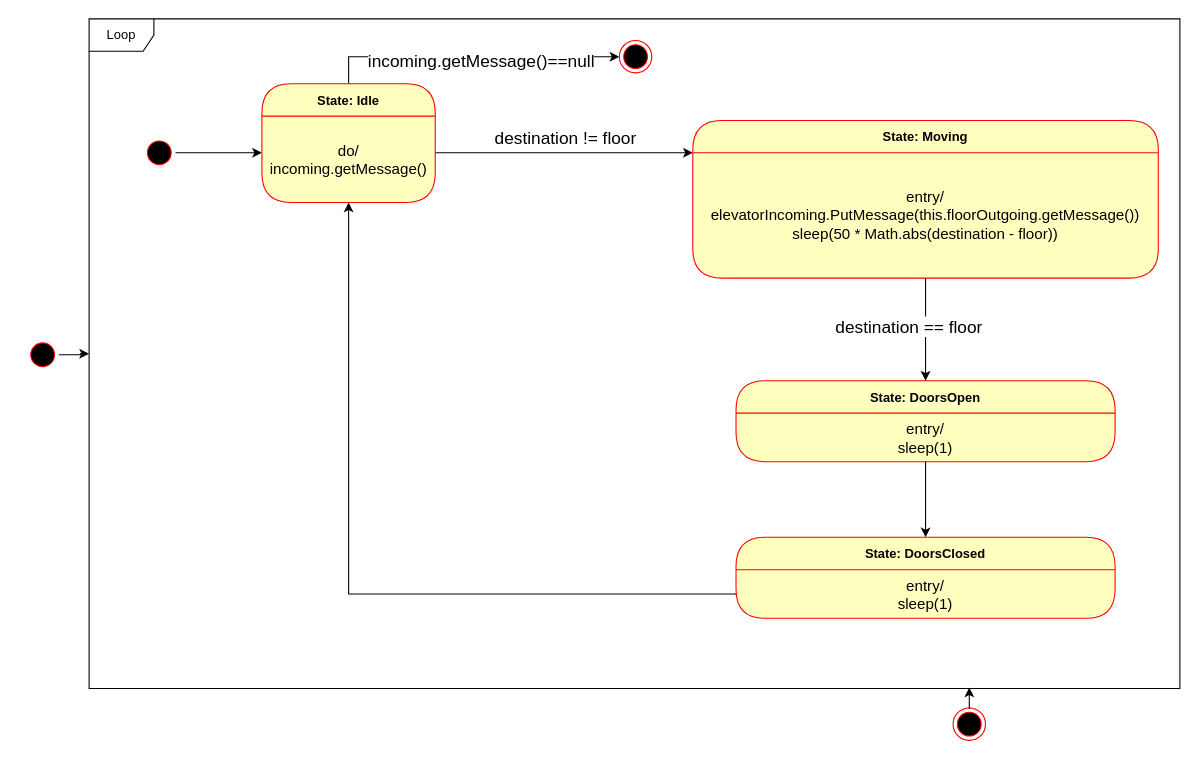
GAchuzia/groupProject-SYSC3303 keeps this draw.io diagram as I2/ElevatorSubsystemStateMachine.drawio. Above is the earlier version. Source tidied: cells renumbered, new cells numbered last; positions are measured from the earlier drawing's top-left corner, leaving out a move shared by most shapes. Both pictures are drawn from the tidied source at 108%, with x=0, y=0 at pixel (26, 18).
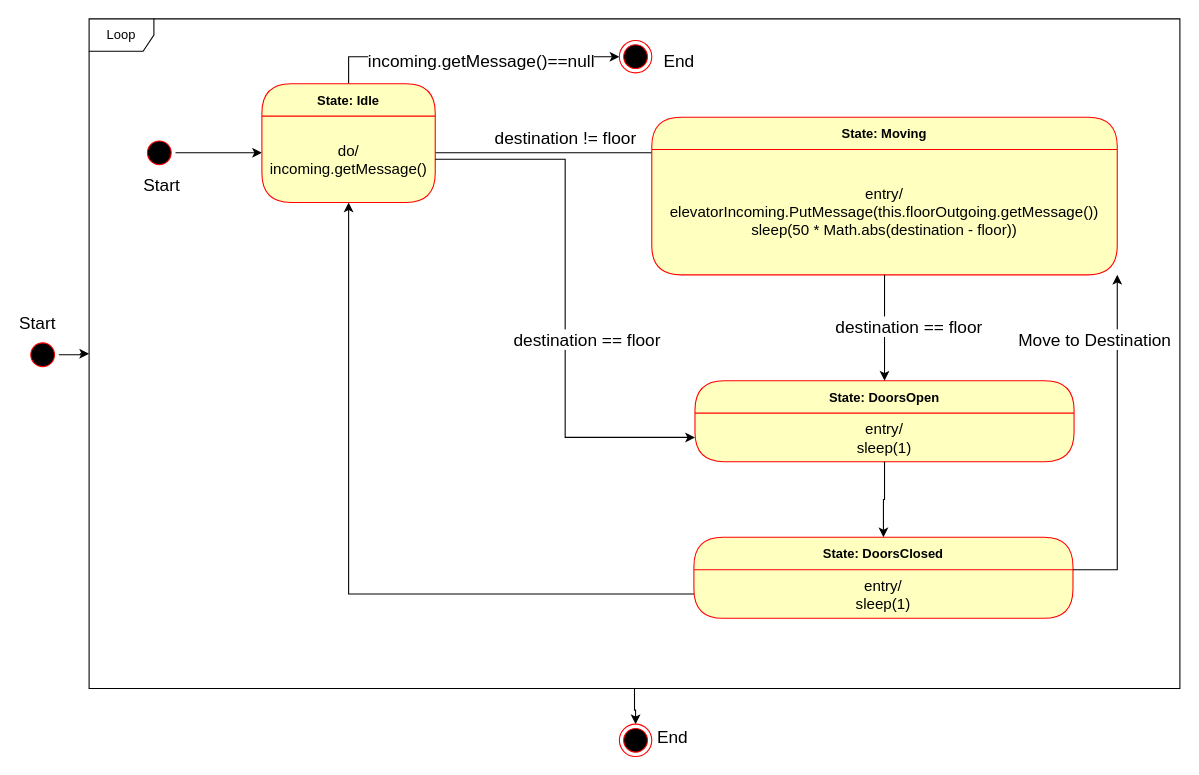
Above is the later version.

The change refers to these unchanged cells:
```xml
<mxCell id="5" value="&lt;font style=&quot;font-size: 14px;&quot;&gt;entry/&lt;br&gt;elevatorIncoming.PutMessage(this.floorOutgoing.getMessage())&lt;br&gt;sleep(50 * Math.abs(destination - floor))&lt;br&gt;&lt;/font&gt;" style="text;html=1;strokeColor=none;fillColor=none;align=center;verticalAlign=middle;spacingLeft=4;spacingRight=4;whiteSpace=wrap;overflow=hidden;fontColor=#000000;" parent="4" vertex="1">
  <mxGeometry y="30" width="431" height="116" as="geometry" />
</mxCell>
<mxCell id="6" value="Loop" style="shape=umlFrame;whiteSpace=wrap;html=1;" parent="1" vertex="1">
  <mxGeometry x="58" width="1010" height="620" as="geometry" />
</mxCell>
<mxCell id="16" value="&lt;font style=&quot;font-size: 14px;&quot;&gt;do/&lt;br&gt;incoming.getMessage()&lt;br&gt;&lt;/font&gt;" style="text;html=1;strokeColor=none;fillColor=none;align=center;verticalAlign=middle;spacingLeft=4;spacingRight=4;whiteSpace=wrap;overflow=hidden;fontColor=#000000;" parent="15" vertex="1">
  <mxGeometry y="30" width="160.5" height="80" as="geometry" />
</mxCell>
<mxCell id="19" value="&lt;font style=&quot;font-size: 14px;&quot;&gt;entry/&lt;br&gt;sleep(1)&lt;br&gt;&lt;/font&gt;" style="text;html=1;strokeColor=none;fillColor=none;align=center;verticalAlign=middle;spacingLeft=4;spacingRight=4;whiteSpace=wrap;overflow=hidden;fontColor=#000000;" parent="18" vertex="1">
  <mxGeometry y="30" width="351" height="45" as="geometry" />
</mxCell>
<mxCell id="23" value="&lt;font style=&quot;font-size: 14px;&quot;&gt;entry/&lt;br&gt;sleep(1)&lt;br&gt;&lt;/font&gt;" style="text;html=1;strokeColor=none;fillColor=none;align=center;verticalAlign=middle;spacingLeft=4;spacingRight=4;whiteSpace=wrap;overflow=hidden;fontColor=#000000;" parent="22" vertex="1">
  <mxGeometry y="30" width="351" height="45" as="geometry" />
</mxCell>
```

Diff of the diagram source:
```diff
@@
     <mxCell id="4" value="State: Moving" style="swimlane;fontStyle=1;align=center;verticalAlign=middle;horizontal=1;startSize=30;fontColor=#000000;rounded=1;arcSize=30;strokeColor=#ff0000;fillColor=#ffffc0;swimlaneFillColor=#ffffc0;" parent="1" vertex="1">
-      <mxGeometry x="617" y="94" width="431" height="146" as="geometry" />
+      <mxGeometry x="579" y="91" width="431" height="146" as="geometry" />
     </mxCell>
@@
+    <mxCell id="26" style="edgeStyle=orthogonalEdgeStyle;rounded=0;jettySize=auto;html=1;entryX=0.5;entryY=0;entryDx=0;entryDy=0;" parent="1" edge="1" source="6" target="11">
+      <mxGeometry relative="1" as="geometry" />
+    </mxCell>
@@
     <mxCell id="11" style="ellipse;html=1;shape=endState;fillColor=#000000;strokeColor=#ff0000;" parent="1" vertex="1">
-      <mxGeometry x="858" y="638" width="30" height="30" as="geometry" />
+      <mxGeometry x="549" y="653" width="30" height="30" as="geometry" />
     </mxCell>
-    <mxCell id="12" style="edgeStyle=orthogonalEdgeStyle;rounded=0;orthogonalLoop=1;jettySize=auto;html=1;entryX=0.803;entryY=1.015;entryDx=0;entryDy=0;entryPerimeter=0;" parent="1" edge="1">
-      <mxGeometry relative="1" as="geometry">
-        <mxPoint x="873" y="639" as="sourcePoint" />
-        <mxPoint x="873" y="619" as="targetPoint" />
-      </mxGeometry>
-    </mxCell>
@@
     <mxCell id="18" value="State: DoorsOpen" style="swimlane;fontStyle=1;align=center;verticalAlign=middle;horizontal=1;startSize=30;fontColor=#000000;rounded=1;arcSize=30;strokeColor=#ff0000;fillColor=#ffffc0;swimlaneFillColor=#ffffc0;" parent="1" vertex="1">
-      <mxGeometry x="657" y="335" width="351" height="75" as="geometry" />
+      <mxGeometry x="619" y="335" width="351" height="75" as="geometry" />
     </mxCell>
@@
     <mxCell id="22" value="State: DoorsClosed" style="swimlane;fontStyle=1;align=center;verticalAlign=middle;horizontal=1;startSize=30;fontColor=#000000;rounded=1;arcSize=30;strokeColor=#ff0000;fillColor=#ffffc0;swimlaneFillColor=#ffffc0;" parent="1" vertex="1">
-      <mxGeometry x="657" y="480" width="351" height="75" as="geometry" />
+      <mxGeometry x="618" y="480" width="351" height="75" as="geometry" />
     </mxCell>
@@
+    <mxCell id="27" value="Start" style="edgeLabel;html=1;align=center;verticalAlign=middle;fontSize=16;" parent="1" vertex="1">
+      <mxGeometry x="123" y="154" as="geometry">
+        <mxPoint x="1" y="-1" as="offset" />
+      </mxGeometry>
+    </mxCell>
+    <mxCell id="28" value="Start" style="edgeLabel;html=1;align=center;verticalAlign=middle;fontSize=16;" parent="1" vertex="1">
+      <mxGeometry x="133" y="164" as="geometry">
+        <mxPoint x="-124" y="117" as="offset" />
+      </mxGeometry>
+    </mxCell>
+    <mxCell id="29" value="End" style="edgeLabel;html=1;align=center;verticalAlign=middle;fontSize=16;" parent="1" vertex="1">
+      <mxGeometry x="598" y="683" as="geometry">
+        <mxPoint x="-1" y="-19" as="offset" />
+      </mxGeometry>
+    </mxCell>
+    <mxCell id="30" value="End" style="edgeLabel;html=1;align=center;verticalAlign=middle;fontSize=16;" parent="1" vertex="1">
+      <mxGeometry x="598" y="40" as="geometry">
+        <mxPoint x="5" y="-2" as="offset" />
+      </mxGeometry>
+    </mxCell>
+    <mxCell id="31" style="edgeStyle=orthogonalEdgeStyle;rounded=0;jettySize=auto;html=1;entryX=0;entryY=0.5;entryDx=0;entryDy=0;" parent="1" edge="1" source="16" target="19">
+      <mxGeometry relative="1" as="geometry" />
+    </mxCell>
+    <mxCell id="32" value="destination == floor" style="edgeLabel;html=1;align=center;verticalAlign=middle;fontSize=16;" parent="1" vertex="1">
+      <mxGeometry x="518" y="296" as="geometry" />
+    </mxCell>
+    <mxCell id="33" style="edgeStyle=orthogonalEdgeStyle;rounded=0;jettySize=auto;html=1;entryX=1;entryY=1;entryDx=0;entryDy=0;" parent="1" edge="1" source="23" target="5">
+      <mxGeometry relative="1" as="geometry">
+        <Array as="points">
+          <mxPoint x="1010" y="510" />
+        </Array>
+      </mxGeometry>
+    </mxCell>
+    <mxCell id="34" value="&lt;font style=&quot;font-size: 16px;&quot;&gt;Move to Destination&lt;/font&gt;" style="edgeLabel;html=1;align=center;verticalAlign=middle;" parent="33" vertex="1">
+      <mxGeometry x="0.26" y="2" relative="1" as="geometry">
+        <mxPoint x="-20" y="-57" as="offset" />
+      </mxGeometry>
+    </mxCell>
```
